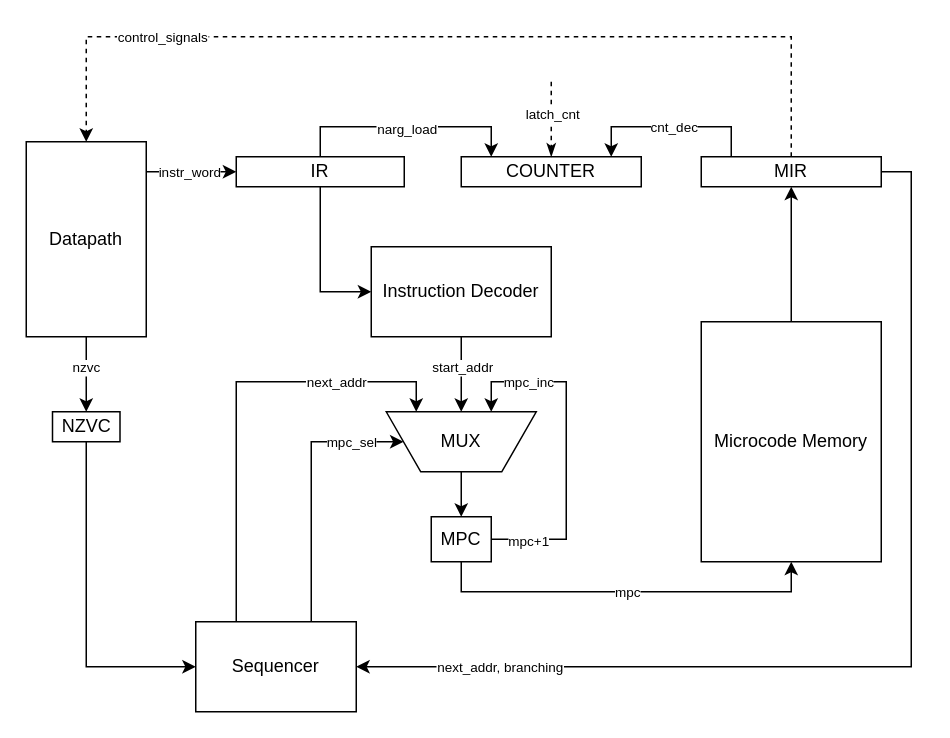
This is scheme/csa_lab4_control_unit_scheme.drawio from xtern0o/csa_lab4, a draw.io file, before an edit. Source tidied: cells renumbered, new cells numbered last; positions are measured from the earlier drawing's top-left corner, leaving out a move shared by most shapes. Both pictures are drawn from the tidied source at 150%, with x=0, y=0 at pixel (26, 36).
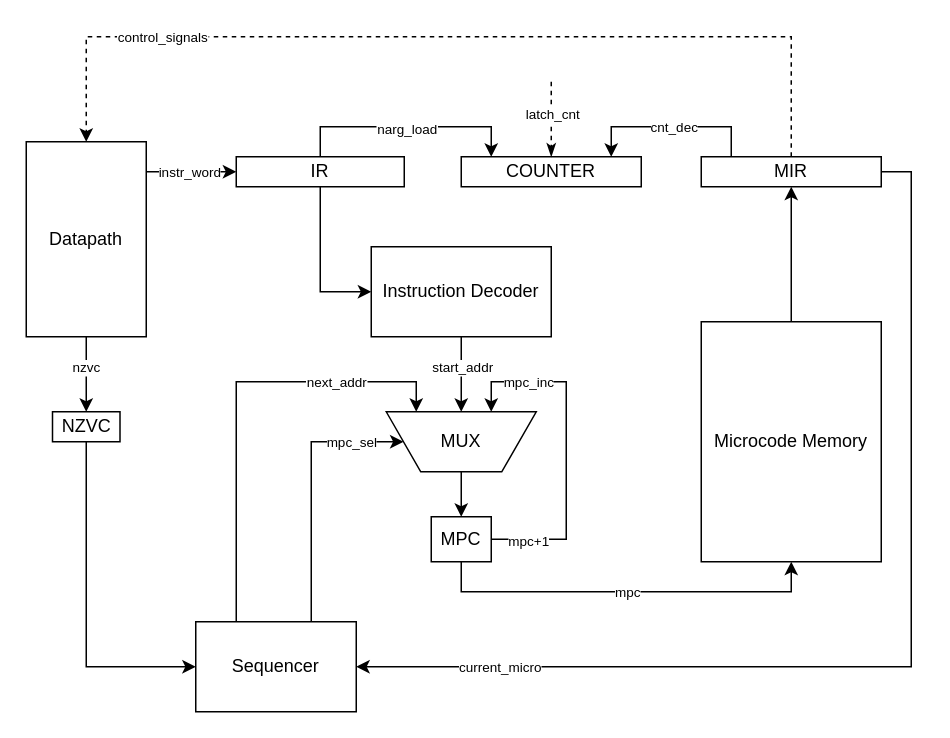
The same diagram, later.

The change refers to these unchanged cells:
```xml
<mxCell id="21" style="edgeStyle=orthogonalEdgeStyle;rounded=0;jettySize=auto;html=1;" parent="1" edge="1" source="25" target="32">
  <mxGeometry relative="1" as="geometry">
    <Array as="points">
      <mxPoint x="590" y="90" />
      <mxPoint x="590" y="420" />
    </Array>
  </mxGeometry>
</mxCell>
```

The edit, as a diff of the source:
```diff
@@
-    <mxCell id="22" value="next_addr, branching" style="edgeLabel;html=1;align=center;verticalAlign=middle;fontSize=9;" parent="21" vertex="1">
+    <mxCell id="22" value="current_micro" style="edgeLabel;html=1;align=center;verticalAlign=middle;fontSize=9;" parent="21" vertex="1">
       <mxGeometry x="0.8" y="-1" relative="1" as="geometry">
         <mxPoint x="23" y="1" as="offset" />
       </mxGeometry>
     </mxCell>
```
